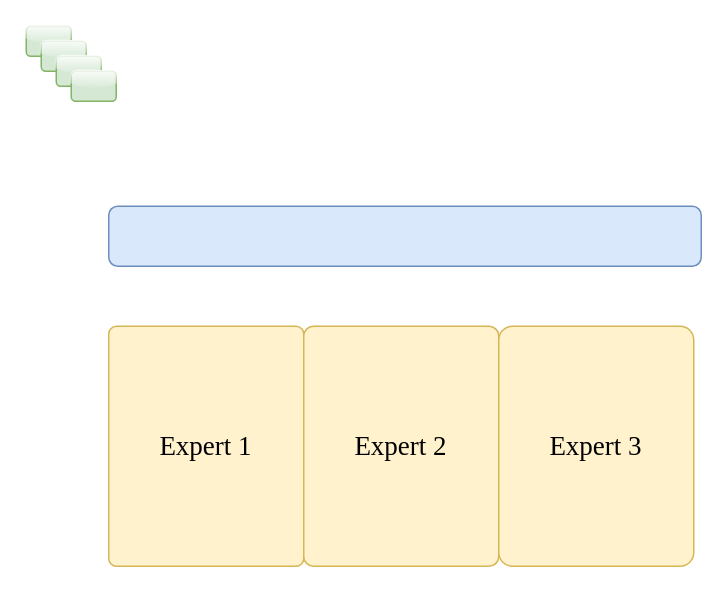
The draw.io diagram RockBurstLLM.drawio in hzb29/hzb29, before the edit. Source tidied: cells renumbered, new cells numbered last; positions are measured from the earlier drawing's top-left corner, leaving out a move shared by most shapes. Both pictures are drawn from the tidied source at 150%, with x=0, y=0 at pixel (26, 26).
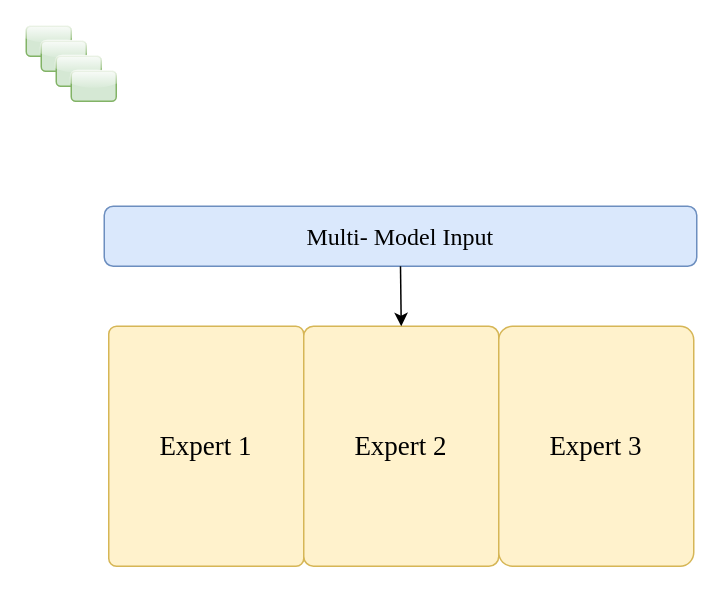
Above is the later version.

Change to the diagram source:
```diff
@@
 <mxGraphModel>
   <root>
     <mxCell id="0" />
     <mxCell id="1" parent="0" />
     <mxCell id="2" style="rounded=1;whiteSpace=wrap;html=1;arcSize=15;fillColor=#d5e8d4;strokeColor=#82b366;glass=1;" parent="1" vertex="1">
       <mxGeometry width="30" height="20" as="geometry" />
     </mxCell>
     <mxCell id="3" style="rounded=1;whiteSpace=wrap;html=1;arcSize=15;fillColor=#d5e8d4;strokeColor=#82b366;glass=1;" parent="1" vertex="1">
       <mxGeometry x="10" y="10" width="30" height="20" as="geometry" />
     </mxCell>
     <mxCell id="4" style="rounded=1;whiteSpace=wrap;html=1;arcSize=15;fillColor=#d5e8d4;strokeColor=#82b366;glass=1;" parent="1" vertex="1">
       <mxGeometry x="20" y="20" width="30" height="20" as="geometry" />
     </mxCell>
     <mxCell id="5" style="rounded=1;whiteSpace=wrap;html=1;arcSize=15;fillColor=#d5e8d4;strokeColor=#82b366;glass=1;" parent="1" vertex="1">
       <mxGeometry x="30" y="30" width="30" height="20" as="geometry" />
     </mxCell>
-    <mxCell id="6" style="rounded=1;whiteSpace=wrap;html=1;fillColor=#dae8fc;strokeColor=#6c8ebf;" parent="1" vertex="1">
-      <mxGeometry x="55" y="120" width="395" height="40" as="geometry" />
+    <mxCell id="6" value="&lt;font style=&quot;font-size: 16px;&quot; face=&quot;Times New Roman&quot;&gt;Multi- Model Input&lt;/font&gt;" style="rounded=1;whiteSpace=wrap;html=1;fillColor=#dae8fc;strokeColor=#6c8ebf;" parent="1" vertex="1">
+      <mxGeometry x="52" y="120" width="395" height="40" as="geometry" />
     </mxCell>
     <mxCell id="7" value="&lt;font face=&quot;Times New Roman&quot; style=&quot;font-size: 18px;&quot;&gt;Expert 1&lt;/font&gt;" style="rounded=1;whiteSpace=wrap;html=1;fillColor=#fff2cc;strokeColor=#d6b656;arcSize=4;" parent="1" vertex="1">
       <mxGeometry x="55" y="200" width="130" height="160" as="geometry" />
     </mxCell>
     <mxCell id="8" value="&lt;font face=&quot;Times New Roman&quot; style=&quot;font-size: 18px;&quot;&gt;Expert 2&lt;/font&gt;" style="rounded=1;whiteSpace=wrap;html=1;fillColor=#fff2cc;strokeColor=#d6b656;arcSize=5;" parent="1" vertex="1">
       <mxGeometry x="185" y="200" width="130" height="160" as="geometry" />
     </mxCell>
     <mxCell id="9" value="&lt;span style=&quot;font-family: &amp;quot;Times New Roman&amp;quot;; font-size: 18px;&quot;&gt;Expert 3&lt;/span&gt;" style="rounded=1;whiteSpace=wrap;html=1;fillColor=#fff2cc;strokeColor=#d6b656;arcSize=7;" parent="1" vertex="1">
       <mxGeometry x="315" y="200" width="130" height="160" as="geometry" />
     </mxCell>
+    <mxCell id="10" style="endArrow=classic;html=1;rounded=0;exitX=0.5;exitY=1;exitDx=0;exitDy=0;entryX=0.5;entryY=0;entryDx=0;entryDy=0;" parent="1" edge="1" source="6" target="8">
+      <mxGeometry relative="1" as="geometry" />
+    </mxCell>
   </root>
 </mxGraphModel>
```
